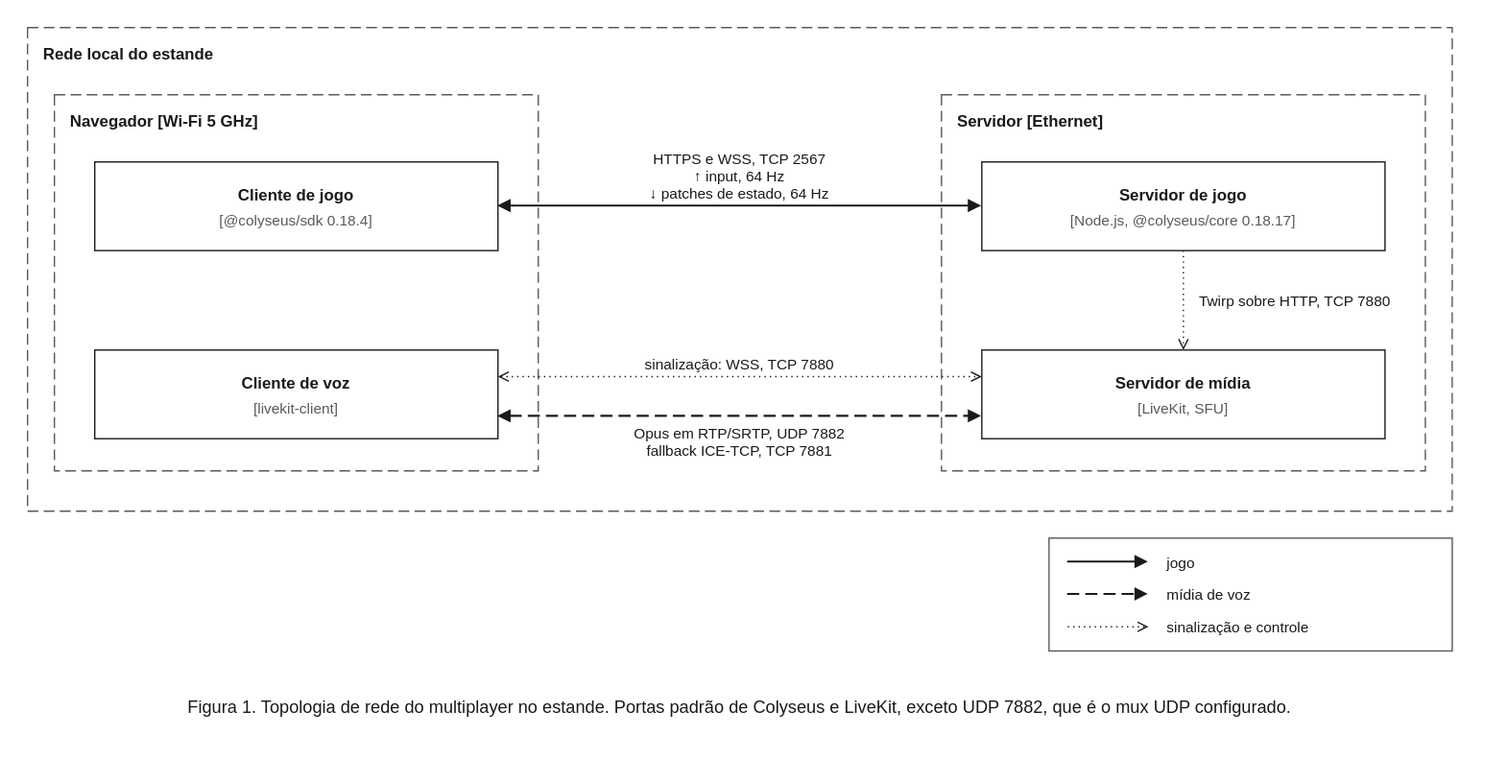
This is docs/rede/arquitetura-de-rede-1-topologia.drawio.svg from Evolutionary-Coders/shobu, a draw.io export, as it was before one commit. Source tidied: cells renumbered, new cells last; positions are measured from the earlier drawing's top-left corner, leaving out a move shared by most shapes.
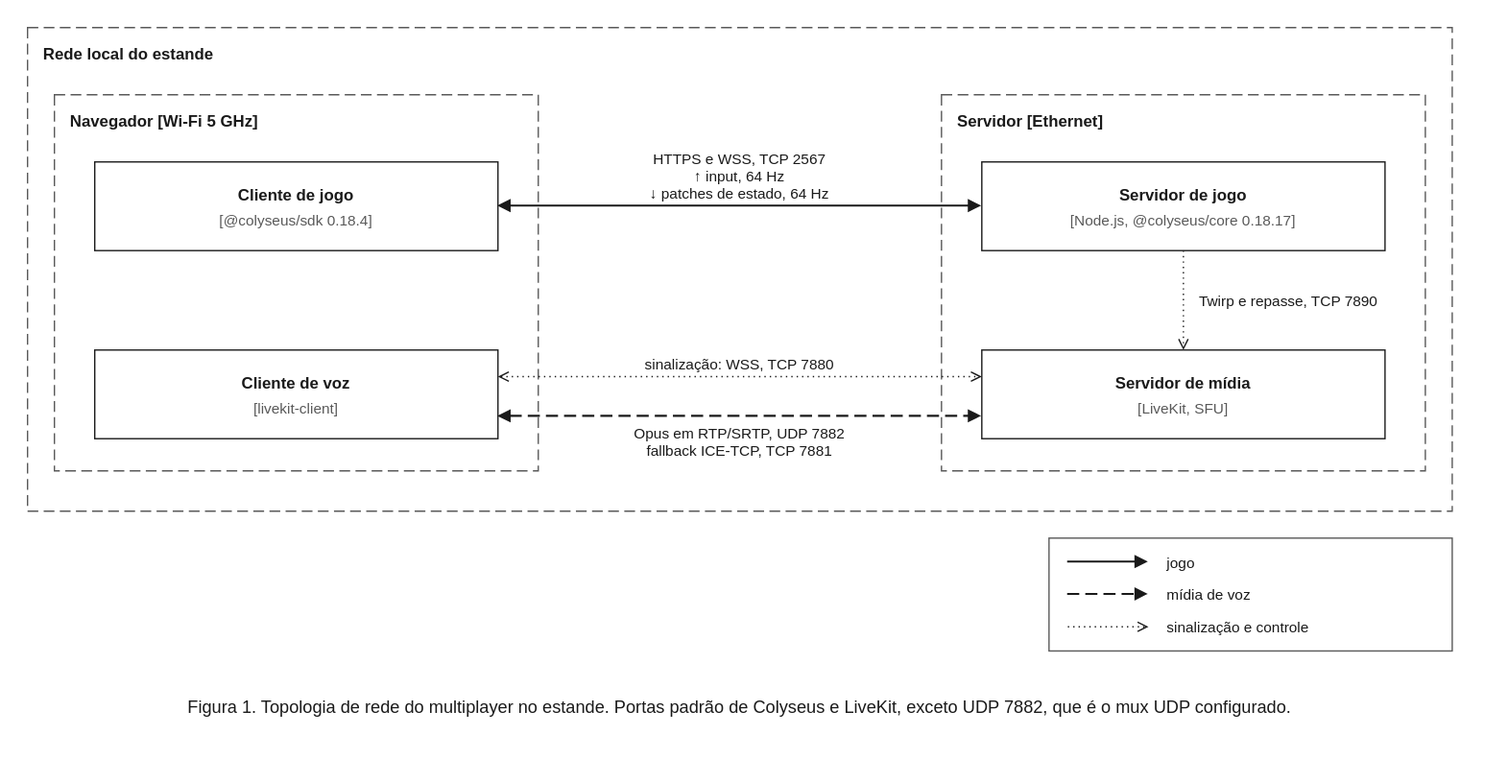
Above is the later version.

The edit, as a diff of the source:
```diff
@@ -47,7 +47,7 @@
     <mxCell id="16" value="[LiveKit, SFU]" style="text;align=left;verticalAlign=middle;strokeColor=none;fillColor=none;fontFamily=Helvetica;fontSize=12;fontColor=#1a1a1a;html=0;align=center;fontSize=11;fontColor=#595959;" parent="10" vertex="1">
       <mxGeometry x="30" y="224" width="300" height="18" as="geometry" />
     </mxCell>
-    <mxCell id="17" value="Twirp sobre HTTP, TCP 7880" style="rounded=0;labelBackgroundColor=none;fontFamily=Helvetica;fontSize=12;fontColor=#1a1a1a;html=0;fontSize=11;strokeColor=#1a1a1a;strokeWidth=1;dashed=1;dashPattern=1 3;endArrow=open;endFill=0;align=left;" parent="10" edge="1" source="11" target="14">
+    <mxCell id="17" value="Twirp e repasse, TCP 7890" style="rounded=0;labelBackgroundColor=none;fontFamily=Helvetica;fontSize=12;fontColor=#1a1a1a;html=0;fontSize=11;strokeColor=#1a1a1a;strokeWidth=1;dashed=1;dashPattern=1 3;endArrow=open;endFill=0;align=left;" parent="10" edge="1" source="11" target="14">
       <mxGeometry relative="1" as="geometry">
         <mxPoint x="10" as="offset" />
       </mxGeometry>
```
